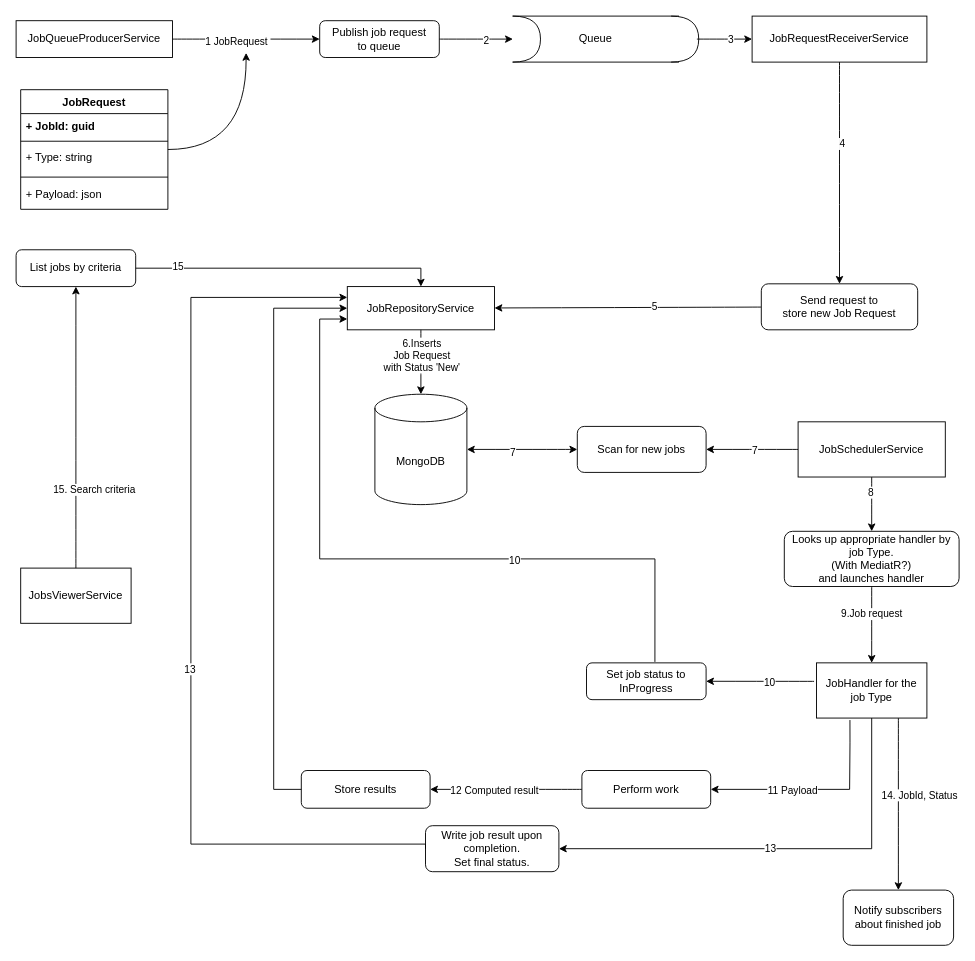
Above: JobQueueSystem.drawio in NeurotechDevelopment/JobQueueSystem (draw.io), before the change. Source tidied: cells renumbered, new cells numbered last; positions are measured from the earlier drawing's top-left corner, leaving out a move shared by most shapes. Both pictures are drawn from the tidied source at 92%, with x=0, y=0 at pixel (16, 16).
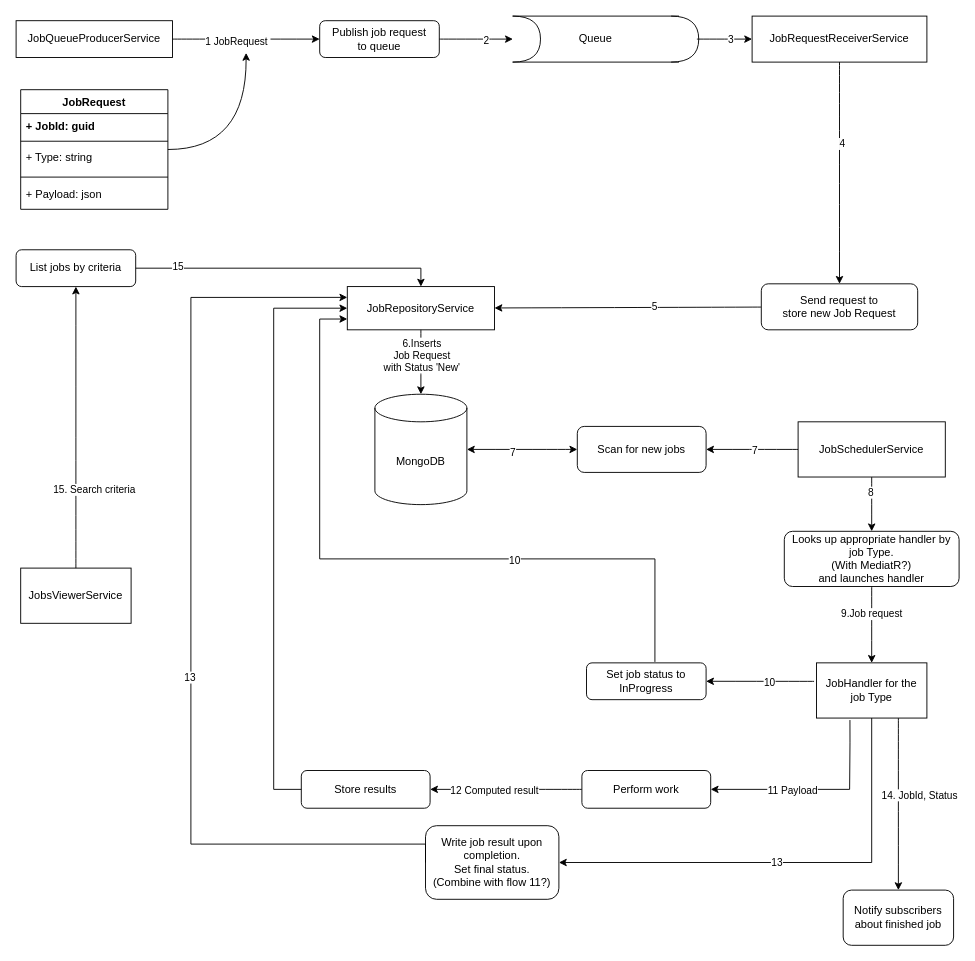
The same page after the edit.

Commit message (it also covers changes not shown here):
png added to architecture diagram.

Change to the diagram source:
```diff
@@
-    <mxCell id="38" value="Write job result upon completion.&lt;div&gt;Set final status.&lt;/div&gt;" style="rounded=1;whiteSpace=wrap;html=1;" parent="1" vertex="1">
-      <mxGeometry x="445" y="880" width="145" height="50" as="geometry" />
+    <mxCell id="38" value="Write job result upon completion.&lt;div&gt;Set final status.&lt;/div&gt;&lt;div&gt;(Combine with flow 11?)&lt;/div&gt;" style="rounded=1;whiteSpace=wrap;html=1;" parent="1" vertex="1">
+      <mxGeometry x="445" y="880" width="145" height="80" as="geometry" />
     </mxCell>
```
